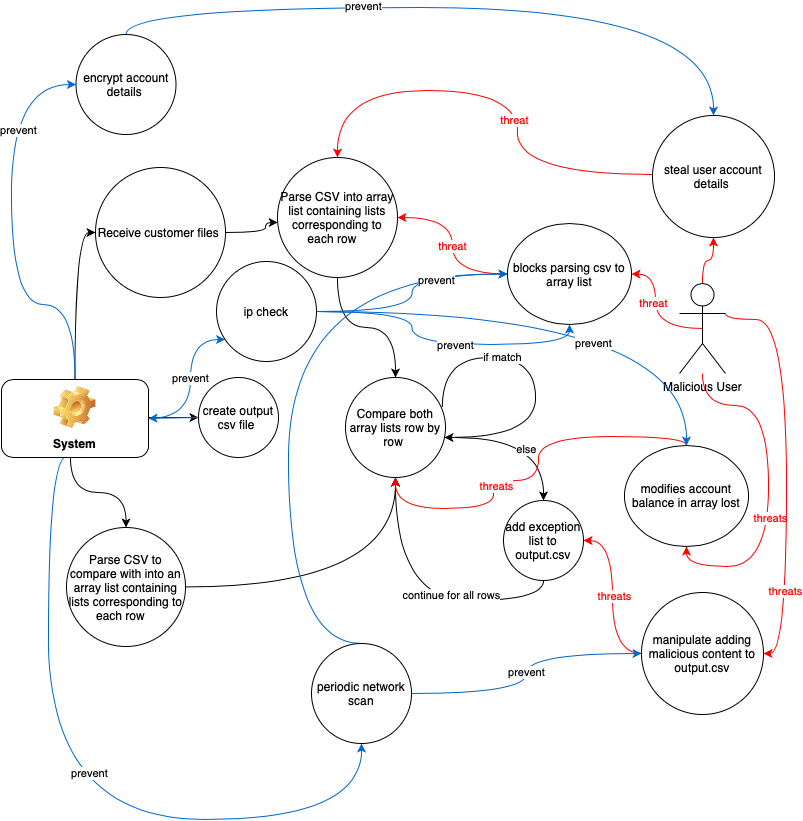
The draw.io diagram UseCase.drawio.png in meghrajjayati/esc_mini_campaign-, before a commit. Source tidied: cells renumbered, new cells last; positions are measured from the earlier drawing's top-left corner, leaving out a move shared by most shapes. Its diagram source:
```xml
<mxGraphModel>
  <root>
    <mxCell id="0" />
    <mxCell id="1" parent="0" />
    <mxCell id="2" style="edgeStyle=orthogonalEdgeStyle;curved=1;jettySize=auto;html=1;strokeColor=default;" parent="1" edge="1" source="3" target="23">
      <mxGeometry relative="1" as="geometry">
        <Array as="points">
          <mxPoint x="264" y="225" />
          <mxPoint x="264" y="215" />
        </Array>
      </mxGeometry>
    </mxCell>
    <mxCell id="3" value="Receive customer files&amp;nbsp;" style="ellipse;whiteSpace=wrap;html=1;" parent="1" vertex="1">
      <mxGeometry x="94" y="160" width="130" height="130" as="geometry" />
    </mxCell>
    <mxCell id="4" style="edgeStyle=orthogonalEdgeStyle;curved=1;jettySize=auto;html=1;exitX=0.5;exitY=0.5;exitDx=0;exitDy=0;exitPerimeter=0;strokeColor=#FF0000;" parent="1" edge="1" source="11" target="38">
      <mxGeometry relative="1" as="geometry" />
    </mxCell>
    <mxCell id="5" value="threat" style="edgeLabel;html=1;align=center;verticalAlign=middle;fontColor=#FF0000;" parent="4" vertex="1">
      <mxGeometry x="0.16" y="3" relative="1" as="geometry" />
    </mxCell>
    <mxCell id="6" style="edgeStyle=orthogonalEdgeStyle;curved=1;jettySize=auto;html=1;entryX=0.5;entryY=1;entryDx=0;entryDy=0;fontColor=#FF0000;strokeColor=#FF0000;" parent="1" edge="1" source="11" target="41">
      <mxGeometry relative="1" as="geometry">
        <Array as="points">
          <mxPoint x="701" y="398" />
          <mxPoint x="767" y="398" />
          <mxPoint x="767" y="559" />
          <mxPoint x="685" y="559" />
        </Array>
      </mxGeometry>
    </mxCell>
    <mxCell id="7" value="threats" style="edgeLabel;html=1;align=center;verticalAlign=middle;fontColor=#FF0000;" parent="6" vertex="1">
      <mxGeometry x="0.16" y="1" relative="1" as="geometry" />
    </mxCell>
    <mxCell id="8" style="edgeStyle=orthogonalEdgeStyle;curved=1;jettySize=auto;html=1;entryX=1;entryY=0.5;entryDx=0;entryDy=0;fontColor=#FF0000;strokeColor=#FF0000;exitX=1;exitY=0.3333333333333333;exitDx=0;exitDy=0;exitPerimeter=0;" parent="1" edge="1" source="11" target="44">
      <mxGeometry relative="1" as="geometry">
        <Array as="points">
          <mxPoint x="785" y="312" />
          <mxPoint x="785" y="646" />
        </Array>
      </mxGeometry>
    </mxCell>
    <mxCell id="9" value="threats" style="edgeLabel;html=1;align=center;verticalAlign=middle;fontColor=#FF0000;" parent="8" vertex="1">
      <mxGeometry x="0.6" y="-2" relative="1" as="geometry" />
    </mxCell>
    <mxCell id="10" style="edgeStyle=orthogonalEdgeStyle;curved=1;jettySize=auto;html=1;fontColor=#000000;strokeColor=#FF0000;" parent="1" edge="1" source="11" target="60">
      <mxGeometry relative="1" as="geometry" />
    </mxCell>
    <mxCell id="11" value="Malicious User" style="shape=umlActor;verticalLabelPosition=bottom;verticalAlign=top;html=1;outlineConnect=0;" parent="1" vertex="1">
      <mxGeometry x="678" y="276" width="46" height="90" as="geometry" />
    </mxCell>
    <mxCell id="12" style="edgeStyle=orthogonalEdgeStyle;jettySize=auto;html=1;entryX=0;entryY=0.5;entryDx=0;entryDy=0;curved=1;exitX=0.5;exitY=0;exitDx=0;exitDy=0;" parent="1" edge="1" source="21" target="3">
      <mxGeometry relative="1" as="geometry" />
    </mxCell>
    <mxCell id="13" style="edgeStyle=orthogonalEdgeStyle;jettySize=auto;html=1;curved=1;" parent="1" edge="1" target="25">
      <mxGeometry relative="1" as="geometry">
        <mxPoint x="69" y="450" as="sourcePoint" />
      </mxGeometry>
    </mxCell>
    <mxCell id="14" style="edgeStyle=orthogonalEdgeStyle;jettySize=auto;html=1;exitX=1;exitY=0.5;exitDx=0;exitDy=0;curved=1;" parent="1" edge="1" target="32">
      <mxGeometry relative="1" as="geometry">
        <mxPoint x="144" y="410" as="sourcePoint" />
      </mxGeometry>
    </mxCell>
    <mxCell id="15" style="edgeStyle=orthogonalEdgeStyle;curved=1;jettySize=auto;html=1;entryX=0;entryY=0.5;entryDx=0;entryDy=0;fontColor=#000000;strokeColor=#0066CC;" parent="1" edge="1" source="21" target="47">
      <mxGeometry relative="1" as="geometry">
        <Array as="points">
          <mxPoint x="74" y="297" />
          <mxPoint x="10" y="297" />
          <mxPoint x="10" y="77" />
        </Array>
      </mxGeometry>
    </mxCell>
    <mxCell id="16" value="prevent" style="edgeLabel;html=1;align=center;verticalAlign=middle;fontColor=#000000;" parent="15" vertex="1">
      <mxGeometry x="0.48" y="-6" relative="1" as="geometry" />
    </mxCell>
    <mxCell id="17" style="edgeStyle=orthogonalEdgeStyle;curved=1;jettySize=auto;html=1;fontColor=#000000;strokeColor=#0066CC;" parent="1" edge="1" source="21" target="57">
      <mxGeometry relative="1" as="geometry">
        <Array as="points">
          <mxPoint x="189" y="411" />
          <mxPoint x="189" y="332" />
        </Array>
      </mxGeometry>
    </mxCell>
    <mxCell id="18" value="prevent" style="edgeLabel;html=1;align=center;verticalAlign=middle;fontColor=#000000;" parent="17" vertex="1">
      <mxGeometry x="-0.27" y="-1" relative="1" as="geometry">
        <mxPoint x="-2" y="-26" as="offset" />
      </mxGeometry>
    </mxCell>
    <mxCell id="19" style="edgeStyle=orthogonalEdgeStyle;curved=1;jettySize=auto;html=1;entryX=0.5;entryY=1;entryDx=0;entryDy=0;fontColor=#000000;strokeColor=#0066CC;exitX=0.444;exitY=0.987;exitDx=0;exitDy=0;exitPerimeter=0;" parent="1" edge="1" source="21" target="50">
      <mxGeometry relative="1" as="geometry">
        <Array as="points">
          <mxPoint x="47" y="449" />
          <mxPoint x="47" y="812" />
          <mxPoint x="360" y="812" />
        </Array>
      </mxGeometry>
    </mxCell>
    <mxCell id="20" value="prevent" style="edgeLabel;html=1;align=center;verticalAlign=middle;fontColor=#000000;" parent="19" vertex="1">
      <mxGeometry x="-0.14" y="24" relative="1" as="geometry">
        <mxPoint x="16" y="2" as="offset" />
      </mxGeometry>
    </mxCell>
    <mxCell id="21" value="System" style="label;whiteSpace=wrap;html=1;align=center;verticalAlign=bottom;spacingLeft=0;spacingBottom=4;imageAlign=center;imageVerticalAlign=top;image=img/clipart/Gear_128x128.png;" parent="1" vertex="1">
      <mxGeometry y="372" width="147" height="78" as="geometry" />
    </mxCell>
    <mxCell id="22" style="edgeStyle=orthogonalEdgeStyle;jettySize=auto;html=1;curved=1;" parent="1" edge="1" source="23" target="30">
      <mxGeometry relative="1" as="geometry" />
    </mxCell>
    <mxCell id="23" value="Parse CSV into array list containing lists corresponding to each row &amp;nbsp;&amp;nbsp;" style="ellipse;whiteSpace=wrap;html=1;" parent="1" vertex="1">
      <mxGeometry x="276" y="150" width="120" height="120" as="geometry" />
    </mxCell>
    <mxCell id="24" style="edgeStyle=orthogonalEdgeStyle;jettySize=auto;html=1;curved=1;" parent="1" edge="1" source="25" target="30">
      <mxGeometry relative="1" as="geometry" />
    </mxCell>
    <mxCell id="25" value="Parse CSV to compare with into an array list&amp;nbsp;containing lists corresponding to each row &amp;nbsp;&amp;nbsp;" style="ellipse;whiteSpace=wrap;html=1;" parent="1" vertex="1">
      <mxGeometry x="65" y="520" width="119" height="119" as="geometry" />
    </mxCell>
    <mxCell id="26" style="edgeStyle=orthogonalEdgeStyle;jettySize=auto;html=1;curved=1;" parent="1" edge="1" target="35">
      <mxGeometry relative="1" as="geometry">
        <mxPoint x="454" y="430" as="sourcePoint" />
      </mxGeometry>
    </mxCell>
    <mxCell id="27" value="else" style="edgeLabel;html=1;align=center;verticalAlign=middle;" parent="26" vertex="1">
      <mxGeometry x="0.03" y="-2" relative="1" as="geometry">
        <mxPoint x="-7" y="9" as="offset" />
      </mxGeometry>
    </mxCell>
    <mxCell id="28" style="edgeStyle=orthogonalEdgeStyle;orthogonalLoop=1;jettySize=auto;html=1;exitX=0.969;exitY=0.295;exitDx=0;exitDy=0;exitPerimeter=0;curved=1;strokeColor=default;" parent="1" edge="1" source="30" target="30">
      <mxGeometry relative="1" as="geometry">
        <Array as="points">
          <mxPoint x="441" y="350" />
          <mxPoint x="534" y="350" />
          <mxPoint x="534" y="430" />
        </Array>
      </mxGeometry>
    </mxCell>
    <mxCell id="29" value="if match" style="edgeLabel;html=1;align=center;verticalAlign=middle;" parent="28" vertex="1">
      <mxGeometry x="-0.31" y="1" relative="1" as="geometry" />
    </mxCell>
    <mxCell id="30" value="Compare both array lists row by row&amp;nbsp;" style="ellipse;whiteSpace=wrap;html=1;" parent="1" vertex="1">
      <mxGeometry x="344" y="370" width="100" height="100" as="geometry" />
    </mxCell>
    <mxCell id="31" style="edgeStyle=orthogonalEdgeStyle;curved=1;jettySize=auto;html=1;fontColor=#000000;strokeColor=#0066CC;" parent="1" edge="1" source="32" target="21">
      <mxGeometry relative="1" as="geometry" />
    </mxCell>
    <mxCell id="32" value="create output csv file&amp;nbsp;" style="ellipse;whiteSpace=wrap;html=1;" parent="1" vertex="1">
      <mxGeometry x="197" y="370" width="80" height="80" as="geometry" />
    </mxCell>
    <mxCell id="33" style="edgeStyle=orthogonalEdgeStyle;curved=1;jettySize=auto;html=1;strokeColor=default;exitX=0.5;exitY=1;exitDx=0;exitDy=0;" parent="1" edge="1" source="35" target="30">
      <mxGeometry relative="1" as="geometry" />
    </mxCell>
    <mxCell id="34" value="continue for all rows" style="edgeLabel;html=1;align=center;verticalAlign=middle;" parent="33" vertex="1">
      <mxGeometry x="-0.23" y="-6" relative="1" as="geometry" />
    </mxCell>
    <mxCell id="35" value="add exception list to output.csv" style="ellipse;whiteSpace=wrap;html=1;" parent="1" vertex="1">
      <mxGeometry x="502" y="493" width="80" height="80" as="geometry" />
    </mxCell>
    <mxCell id="36" style="edgeStyle=orthogonalEdgeStyle;curved=1;jettySize=auto;html=1;strokeColor=#FF0000;" parent="1" edge="1" source="38" target="23">
      <mxGeometry relative="1" as="geometry" />
    </mxCell>
    <mxCell id="37" value="threat" style="edgeLabel;html=1;align=center;verticalAlign=middle;fontColor=#FF0000;" parent="36" vertex="1">
      <mxGeometry y="1" relative="1" as="geometry" />
    </mxCell>
    <mxCell id="38" value="blocks parsing csv to array list" style="ellipse;whiteSpace=wrap;html=1;" parent="1" vertex="1">
      <mxGeometry x="506" y="216" width="124" height="101" as="geometry" />
    </mxCell>
    <mxCell id="39" style="edgeStyle=orthogonalEdgeStyle;curved=1;jettySize=auto;html=1;fontColor=#FF0000;strokeColor=#FF0000;" parent="1" edge="1" source="41">
      <mxGeometry relative="1" as="geometry">
        <mxPoint x="394" y="470" as="targetPoint" />
        <Array as="points">
          <mxPoint x="685" y="429" />
          <mxPoint x="537" y="429" />
          <mxPoint x="537" y="473" />
          <mxPoint x="492" y="473" />
          <mxPoint x="492" y="501" />
          <mxPoint x="394" y="501" />
        </Array>
      </mxGeometry>
    </mxCell>
    <mxCell id="40" value="threats" style="edgeLabel;html=1;align=center;verticalAlign=middle;fontColor=#FF0000;" parent="39" vertex="1">
      <mxGeometry x="0.19" relative="1" as="geometry">
        <mxPoint x="-4" y="5" as="offset" />
      </mxGeometry>
    </mxCell>
    <mxCell id="41" value="modifies account balance in array lost" style="ellipse;whiteSpace=wrap;html=1;" parent="1" vertex="1">
      <mxGeometry x="623" y="438" width="124" height="101" as="geometry" />
    </mxCell>
    <mxCell id="42" style="edgeStyle=orthogonalEdgeStyle;curved=1;jettySize=auto;html=1;entryX=1;entryY=0.5;entryDx=0;entryDy=0;fontColor=#000000;strokeColor=#FF0000;" parent="1" edge="1" source="44" target="35">
      <mxGeometry relative="1" as="geometry" />
    </mxCell>
    <mxCell id="43" value="&lt;font color=&quot;#ff0000&quot;&gt;threats&lt;/font&gt;" style="edgeLabel;html=1;align=center;verticalAlign=middle;fontColor=#000000;" parent="42" vertex="1">
      <mxGeometry x="0.02" y="-1" relative="1" as="geometry" />
    </mxCell>
    <mxCell id="44" value="&lt;font color=&quot;#000000&quot;&gt;manipulate adding malicious content to output.csv&lt;/font&gt;" style="ellipse;whiteSpace=wrap;html=1;fontColor=#FF0000;" parent="1" vertex="1">
      <mxGeometry x="640" y="585" width="122" height="122" as="geometry" />
    </mxCell>
    <mxCell id="45" style="edgeStyle=orthogonalEdgeStyle;curved=1;jettySize=auto;html=1;entryX=0.5;entryY=0;entryDx=0;entryDy=0;fontColor=#000000;strokeColor=#0066CC;" parent="1" edge="1" source="47" target="60">
      <mxGeometry relative="1" as="geometry">
        <Array as="points">
          <mxPoint x="125" />
          <mxPoint x="712" />
        </Array>
      </mxGeometry>
    </mxCell>
    <mxCell id="46" value="prevent" style="edgeLabel;html=1;align=center;verticalAlign=middle;fontColor=#000000;" parent="45" vertex="1">
      <mxGeometry x="-0.28" y="-5" relative="1" as="geometry">
        <mxPoint x="2" y="-7" as="offset" />
      </mxGeometry>
    </mxCell>
    <mxCell id="47" value="&lt;font color=&quot;#000000&quot;&gt;encrypt account details&amp;nbsp;&lt;/font&gt;" style="ellipse;whiteSpace=wrap;html=1;fontColor=#FF0000;" parent="1" vertex="1">
      <mxGeometry x="74.5" y="27" width="100" height="100" as="geometry" />
    </mxCell>
    <mxCell id="48" value="prevent" style="edgeStyle=orthogonalEdgeStyle;curved=1;jettySize=auto;html=1;entryX=0;entryY=0.5;entryDx=0;entryDy=0;fontColor=#000000;strokeColor=#0066CC;" parent="1" edge="1" source="50" target="44">
      <mxGeometry relative="1" as="geometry" />
    </mxCell>
    <mxCell id="49" style="edgeStyle=orthogonalEdgeStyle;curved=1;jettySize=auto;html=1;entryX=0;entryY=0.5;entryDx=0;entryDy=0;fontColor=#000000;strokeColor=#0066CC;exitX=0.5;exitY=0;exitDx=0;exitDy=0;" parent="1" edge="1" source="50" target="38">
      <mxGeometry relative="1" as="geometry">
        <Array as="points">
          <mxPoint x="287" y="636" />
          <mxPoint x="287" y="266" />
        </Array>
      </mxGeometry>
    </mxCell>
    <mxCell id="50" value="&lt;font color=&quot;#000000&quot;&gt;periodic network scan&lt;/font&gt;" style="ellipse;whiteSpace=wrap;html=1;fontColor=#FF0000;" parent="1" vertex="1">
      <mxGeometry x="310" y="636" width="100" height="100" as="geometry" />
    </mxCell>
    <mxCell id="51" style="edgeStyle=orthogonalEdgeStyle;curved=1;jettySize=auto;html=1;fontColor=#000000;strokeColor=#0066CC;" parent="1" edge="1" source="57" target="38">
      <mxGeometry relative="1" as="geometry" />
    </mxCell>
    <mxCell id="52" value="prevent" style="edgeLabel;html=1;align=center;verticalAlign=middle;fontColor=#000000;" parent="51" vertex="1">
      <mxGeometry x="0.37" y="-6" relative="1" as="geometry" />
    </mxCell>
    <mxCell id="53" style="edgeStyle=orthogonalEdgeStyle;curved=1;jettySize=auto;html=1;fontColor=#000000;strokeColor=#0066CC;" parent="1" edge="1" source="57" target="41">
      <mxGeometry relative="1" as="geometry">
        <Array as="points">
          <mxPoint x="685" y="304" />
        </Array>
      </mxGeometry>
    </mxCell>
    <mxCell id="54" value="prevent" style="edgeLabel;html=1;align=center;verticalAlign=middle;fontColor=#000000;" parent="53" vertex="1">
      <mxGeometry x="0.1" y="-31" relative="1" as="geometry">
        <mxPoint x="-1" as="offset" />
      </mxGeometry>
    </mxCell>
    <mxCell id="55" style="edgeStyle=orthogonalEdgeStyle;curved=1;jettySize=auto;html=1;entryX=0.5;entryY=1;entryDx=0;entryDy=0;fontColor=#FF0000;strokeColor=#0066CC;" parent="1" edge="1" source="57" target="38">
      <mxGeometry relative="1" as="geometry" />
    </mxCell>
    <mxCell id="56" value="&lt;font color=&quot;#000000&quot;&gt;prevent&lt;/font&gt;" style="edgeLabel;html=1;align=center;verticalAlign=middle;fontColor=#FF0000;" parent="55" vertex="1">
      <mxGeometry x="0.12" relative="1" as="geometry" />
    </mxCell>
    <mxCell id="57" value="&lt;font color=&quot;#000000&quot;&gt;ip check&lt;/font&gt;" style="ellipse;whiteSpace=wrap;html=1;fontColor=#FF0000;" parent="1" vertex="1">
      <mxGeometry x="215" y="254" width="100" height="100" as="geometry" />
    </mxCell>
    <mxCell id="58" style="edgeStyle=orthogonalEdgeStyle;curved=1;jettySize=auto;html=1;entryX=0.5;entryY=0;entryDx=0;entryDy=0;fontColor=#000000;strokeColor=#FF0000;" parent="1" edge="1" source="60" target="23">
      <mxGeometry relative="1" as="geometry">
        <Array as="points">
          <mxPoint x="516" y="167" />
          <mxPoint x="516" y="83" />
          <mxPoint x="336" y="83" />
        </Array>
      </mxGeometry>
    </mxCell>
    <mxCell id="59" value="&lt;font color=&quot;#ff0000&quot;&gt;threat&lt;/font&gt;" style="edgeLabel;html=1;align=center;verticalAlign=middle;fontColor=#000000;" parent="58" vertex="1">
      <mxGeometry x="-0.19" y="4" relative="1" as="geometry" />
    </mxCell>
    <mxCell id="60" value="&lt;font color=&quot;#000000&quot;&gt;steal user account details&amp;nbsp;&lt;/font&gt;" style="ellipse;whiteSpace=wrap;html=1;fontColor=#FF0000;" parent="1" vertex="1">
      <mxGeometry x="651" y="108" width="122" height="122" as="geometry" />
    </mxCell>
  </root>
</mxGraphModel>
```
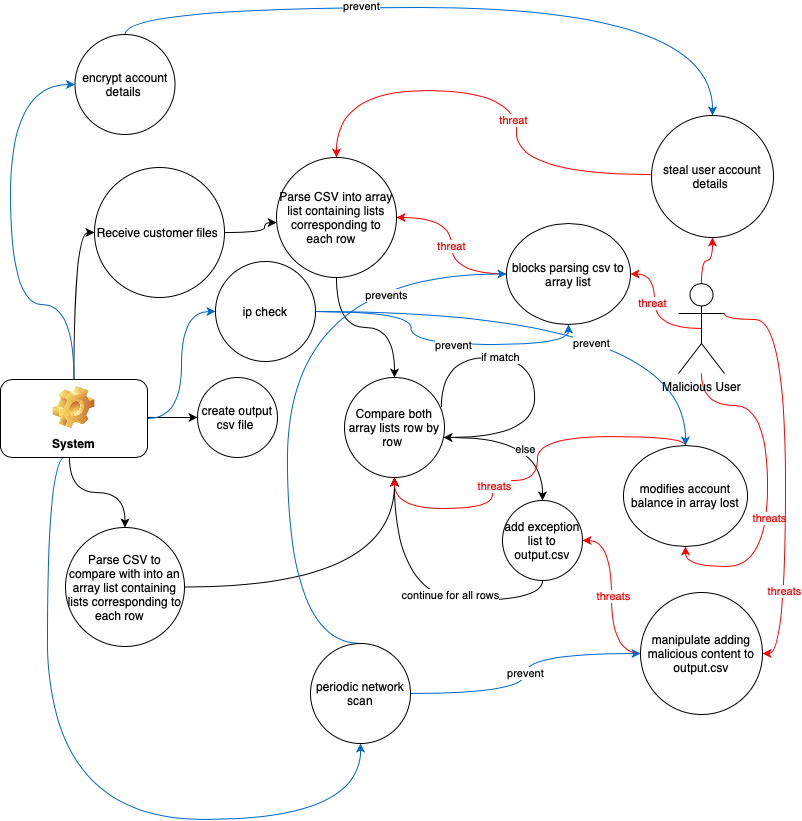
Above is the later version.

What changed in the source:
```diff
@@ -71,36 +71,18 @@
         </Array>
       </mxGeometry>
     </mxCell>
-    <mxCell id="16" value="prevent" style="edgeLabel;html=1;align=center;verticalAlign=middle;fontColor=#000000;" parent="15" vertex="1">
-      <mxGeometry x="0.48" y="-6" relative="1" as="geometry" />
-    </mxCell>
+    <mxCell id="19" style="edgeStyle=orthogonalEdgeStyle;curved=1;jettySize=auto;html=1;entryX=0.5;entryY=1;entryDx=0;entryDy=0;fontColor=#000000;strokeColor=#0066CC;exitX=0.444;exitY=0.987;exitDx=0;exitDy=0;exitPerimeter=0;" parent="1" edge="1" source="21" target="50">
+      <mxGeometry relative="1" as="geometry">
+        <Array as="points">
+          <mxPoint x="47" y="449" />
+          <mxPoint x="47" y="812" />
+          <mxPoint x="360" y="812" />
+        </Array>
+      </mxGeometry>
+    </mxCell>
-    <mxCell id="17" style="edgeStyle=orthogonalEdgeStyle;curved=1;jettySize=auto;html=1;fontColor=#000000;strokeColor=#0066CC;" parent="1" edge="1" source="21" target="57">
-      <mxGeometry relative="1" as="geometry">
-        <Array as="points">
-          <mxPoint x="189" y="411" />
-          <mxPoint x="189" y="332" />
-        </Array>
-      </mxGeometry>
+    <mxCell id="17" style="edgeStyle=orthogonalEdgeStyle;jettySize=auto;html=1;exitX=1;exitY=0.5;exitDx=0;exitDy=0;entryX=0;entryY=0.5;entryDx=0;entryDy=0;curved=1;strokeColor=#0066CC;" parent="1" edge="1" source="21" target="57">
+      <mxGeometry relative="1" as="geometry" />
     </mxCell>
-    <mxCell id="18" value="prevent" style="edgeLabel;html=1;align=center;verticalAlign=middle;fontColor=#000000;" parent="17" vertex="1">
-      <mxGeometry x="-0.27" y="-1" relative="1" as="geometry">
-        <mxPoint x="-2" y="-26" as="offset" />
-      </mxGeometry>
-    </mxCell>
-    <mxCell id="19" style="edgeStyle=orthogonalEdgeStyle;curved=1;jettySize=auto;html=1;entryX=0.5;entryY=1;entryDx=0;entryDy=0;fontColor=#000000;strokeColor=#0066CC;exitX=0.444;exitY=0.987;exitDx=0;exitDy=0;exitPerimeter=0;" parent="1" edge="1" source="21" target="50">
-      <mxGeometry relative="1" as="geometry">
-        <Array as="points">
-          <mxPoint x="47" y="449" />
-          <mxPoint x="47" y="812" />
-          <mxPoint x="360" y="812" />
-        </Array>
-      </mxGeometry>
-    </mxCell>
-    <mxCell id="20" value="prevent" style="edgeLabel;html=1;align=center;verticalAlign=middle;fontColor=#000000;" parent="19" vertex="1">
-      <mxGeometry x="-0.14" y="24" relative="1" as="geometry">
-        <mxPoint x="16" y="2" as="offset" />
-      </mxGeometry>
-    </mxCell>
     <mxCell id="21" value="System" style="label;whiteSpace=wrap;html=1;align=center;verticalAlign=bottom;spacingLeft=0;spacingBottom=4;imageAlign=center;imageVerticalAlign=top;image=img/clipart/Gear_128x128.png;" parent="1" vertex="1">
       <mxGeometry y="372" width="147" height="78" as="geometry" />
     </mxCell>
@@ -141,9 +123,6 @@
     <mxCell id="30" value="Compare both array lists row by row&amp;nbsp;" style="ellipse;whiteSpace=wrap;html=1;" parent="1" vertex="1">
       <mxGeometry x="344" y="370" width="100" height="100" as="geometry" />
     </mxCell>
-    <mxCell id="31" style="edgeStyle=orthogonalEdgeStyle;curved=1;jettySize=auto;html=1;fontColor=#000000;strokeColor=#0066CC;" parent="1" edge="1" source="32" target="21">
-      <mxGeometry relative="1" as="geometry" />
-    </mxCell>
     <mxCell id="32" value="create output csv file&amp;nbsp;" style="ellipse;whiteSpace=wrap;html=1;" parent="1" vertex="1">
       <mxGeometry x="197" y="370" width="80" height="80" as="geometry" />
     </mxCell>
@@ -222,15 +201,12 @@
         </Array>
       </mxGeometry>
     </mxCell>
+    <mxCell id="61" value="prevents" style="edgeLabel;html=1;align=center;verticalAlign=middle;" parent="49" vertex="1">
+      <mxGeometry x="0.64" y="-21" relative="1" as="geometry" />
+    </mxCell>
     <mxCell id="50" value="&lt;font color=&quot;#000000&quot;&gt;periodic network scan&lt;/font&gt;" style="ellipse;whiteSpace=wrap;html=1;fontColor=#FF0000;" parent="1" vertex="1">
       <mxGeometry x="310" y="636" width="100" height="100" as="geometry" />
     </mxCell>
-    <mxCell id="51" style="edgeStyle=orthogonalEdgeStyle;curved=1;jettySize=auto;html=1;fontColor=#000000;strokeColor=#0066CC;" parent="1" edge="1" source="57" target="38">
-      <mxGeometry relative="1" as="geometry" />
-    </mxCell>
-    <mxCell id="52" value="prevent" style="edgeLabel;html=1;align=center;verticalAlign=middle;fontColor=#000000;" parent="51" vertex="1">
-      <mxGeometry x="0.37" y="-6" relative="1" as="geometry" />
-    </mxCell>
     <mxCell id="53" style="edgeStyle=orthogonalEdgeStyle;curved=1;jettySize=auto;html=1;fontColor=#000000;strokeColor=#0066CC;" parent="1" edge="1" source="57" target="41">
       <mxGeometry relative="1" as="geometry">
         <Array as="points">
```
